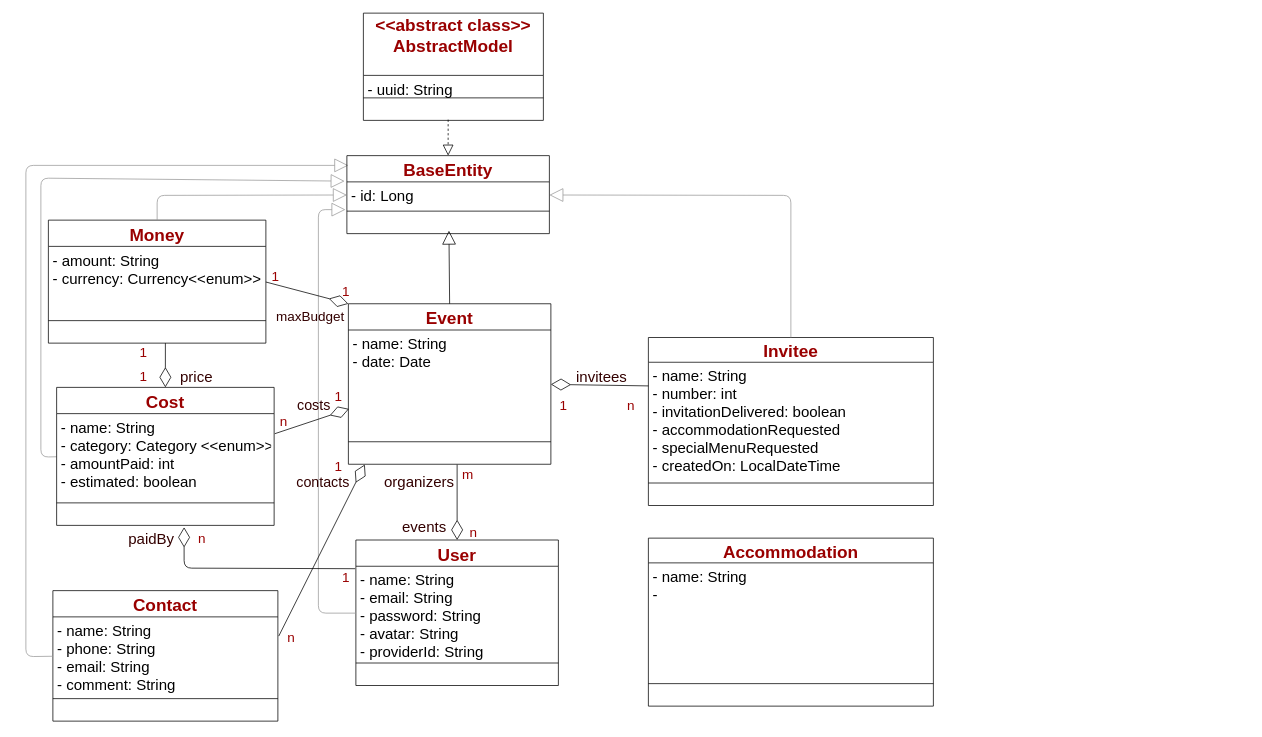
Before: szervezor_class_diagram.drawio in tbkincso/SoftEng, a draw.io diagram. Source tidied: cells renumbered, new cells numbered last; positions are measured from the earlier drawing's top-left corner, leaving out a move shared by most shapes. Both pictures are drawn from the tidied source at 75%, with x=0, y=0 at pixel (26, 13).
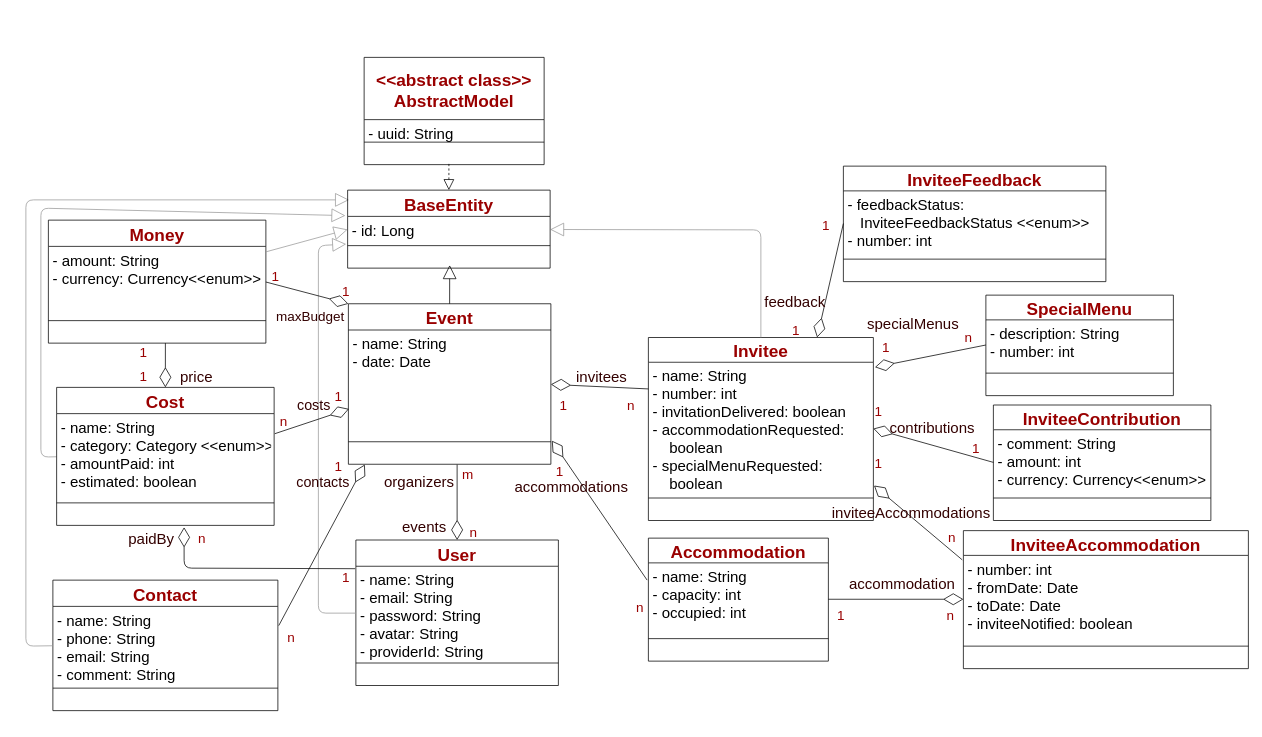
The same diagram, later.

Unchanged cells that the change refers to:
```xml
<mxCell id="7" value="- name: String&#10;- date: Date&#10;" style="text;strokeColor=none;fillColor=none;align=left;verticalAlign=top;spacingLeft=4;spacingRight=4;overflow=hidden;points=[[0,0.5],[1,0.5]];portConstraint=eastwest;fontSize=20;" parent="6" vertex="1">
  <mxGeometry y="35" width="270" height="145" as="geometry" />
</mxCell>
<mxCell id="10" value="Money" style="swimlane;fontStyle=1;align=center;verticalAlign=middle;horizontal=1;startSize=35;swimlaneFillColor=#ffffff;strokeColor=#000000;strokeWidth=1;fillColor=none;fontSize=23;fontColor=#990000;perimeterSpacing=0;" parent="1" vertex="1">
  <mxGeometry x="30" y="276" width="290" height="164" as="geometry" />
</mxCell>
<mxCell id="15" value="- name: String&#10;- phone: String&#10;- email: String&#10;- comment: String&#10;" style="text;strokeColor=none;fillColor=none;align=left;verticalAlign=top;spacingLeft=4;spacingRight=4;overflow=hidden;points=[[0,0.5],[1,0.5]];portConstraint=eastwest;fontSize=20;" parent="14" vertex="1">
  <mxGeometry y="35" width="300" height="105" as="geometry" />
</mxCell>
<mxCell id="30" value="- name: String&#10;- email: String&#10;- password: String&#10;- avatar: String&#10;- providerId: String" style="text;strokeColor=none;fillColor=none;align=left;verticalAlign=top;spacingLeft=4;spacingRight=4;overflow=hidden;points=[[0,0.5],[1,0.5]];portConstraint=eastwest;fontSize=20;" parent="29" vertex="1">
  <mxGeometry y="35" width="270" height="125" as="geometry" />
</mxCell>
<mxCell id="42" value="- id: Long" style="text;strokeColor=none;fillColor=none;align=left;verticalAlign=top;spacingLeft=4;spacingRight=4;overflow=hidden;points=[[0,0.5],[1,0.5]];portConstraint=eastwest;fontSize=20;" parent="41" vertex="1">
  <mxGeometry y="35" width="270" height="35" as="geometry" />
</mxCell>
<mxCell id="53" value="- name: String&#10;- category: Category &lt;&lt;enum&gt;&gt;&#10;- amountPaid: int&#10;- estimated: boolean&#10;" style="text;strokeColor=none;fillColor=none;align=left;verticalAlign=top;spacingLeft=4;spacingRight=4;overflow=hidden;points=[[0,0.5],[1,0.5]];portConstraint=eastwest;fontSize=20;" parent="52" vertex="1">
  <mxGeometry y="35" width="290" height="115" as="geometry" />
</mxCell>
```

The edit, as a diff of the source:
```diff
@@
     <mxCell id="2" value="Invitee" style="swimlane;fontStyle=1;align=center;verticalAlign=middle;horizontal=1;startSize=33;swimlaneFillColor=#ffffff;strokeColor=#000000;strokeWidth=1;fillColor=none;fontSize=23;fontColor=#990000;perimeterSpacing=0;" parent="1" vertex="1">
-      <mxGeometry x="830" y="432.5" width="380" height="224" as="geometry" />
+      <mxGeometry x="830" y="432.5" width="300" height="244" as="geometry" />
     </mxCell>
-    <mxCell id="3" value="- name: String&#10;- number: int&#10;- invitationDelivered: boolean&#10;- accommodationRequested&#10;- specialMenuRequested&#10;- createdOn: LocalDateTime" style="text;strokeColor=none;fillColor=none;align=left;verticalAlign=top;spacingLeft=4;spacingRight=4;overflow=hidden;points=[[0,0.5],[1,0.5]];portConstraint=eastwest;fontSize=20;" parent="2" vertex="1">
-      <mxGeometry y="33" width="380" height="157" as="geometry" />
+    <mxCell id="3" value="- name: String&#10;- number: int&#10;- invitationDelivered: boolean&#10;- accommodationRequested:&#10;    boolean&#10;- specialMenuRequested: &#10;    boolean&#10;" style="text;strokeColor=none;fillColor=none;align=left;verticalAlign=top;spacingLeft=4;spacingRight=4;overflow=hidden;points=[[0,0.5],[1,0.5]];portConstraint=eastwest;fontSize=20;" parent="2" vertex="1">
+      <mxGeometry y="33" width="300" height="177" as="geometry" />
     </mxCell>
     <mxCell id="4" style="line;strokeWidth=1;fillColor=none;align=left;verticalAlign=middle;spacingTop=-1;spacingLeft=3;spacingRight=3;labelPosition=right;" parent="2" vertex="1">
-      <mxGeometry y="190" width="380" height="8" as="geometry" />
+      <mxGeometry y="210" width="300" height="8" as="geometry" />
     </mxCell>
     <mxCell id="5" value=" " style="text;strokeColor=none;fillColor=none;align=left;verticalAlign=top;spacingLeft=4;spacingRight=4;overflow=hidden;" parent="2" vertex="1">
-      <mxGeometry y="198" width="380" height="26" as="geometry" />
+      <mxGeometry y="218" width="300" height="26" as="geometry" />
     </mxCell>
@@
     <mxCell id="14" value="Contact" style="swimlane;fontStyle=1;align=center;verticalAlign=middle;horizontal=1;startSize=35;swimlaneFillColor=#ffffff;strokeColor=#000000;strokeWidth=1;fillColor=none;fontSize=23;fontColor=#990000;perimeterSpacing=0;" parent="1" vertex="1">
-      <mxGeometry x="36" y="770" width="300" height="174" as="geometry" />
+      <mxGeometry x="36" y="756" width="300" height="174" as="geometry" />
     </mxCell>
@@
     <mxCell id="18" style="endArrow=block;endSize=16;endFill=0;html=1;fontSize=16;fontColor=#990000;exitX=0.5;exitY=0;entryX=1;entryY=0.5;entryDx=0;entryDy=0;strokeColor=#999999;" parent="1" edge="1" source="2" target="42">
       <mxGeometry relative="1" as="geometry">
         <Array as="points">
-          <mxPoint x="1020" y="243" />
+          <mxPoint x="980" y="289" />
         </Array>
       </mxGeometry>
     </mxCell>
-    <mxCell id="19" style="endArrow=block;endSize=16;endFill=0;html=1;fontSize=16;fontColor=#990000;exitX=0.5;exitY=0;entryX=0;entryY=0.5;entryDx=0;entryDy=0;strokeColor=#999999;" parent="1" edge="1" source="10" target="42">
-      <mxGeometry relative="1" as="geometry">
-        <Array as="points">
-          <mxPoint x="175" y="243" />
-        </Array>
-      </mxGeometry>
+    <mxCell id="19" style="endArrow=block;endSize=16;endFill=0;html=1;fontSize=16;fontColor=#990000;entryX=0;entryY=0.5;entryDx=0;entryDy=0;strokeColor=#999999;" parent="1" edge="1" source="10" target="42">
+      <mxGeometry relative="1" as="geometry" />
     </mxCell>
     <mxCell id="20" style="endArrow=block;endSize=16;endFill=0;html=1;fontSize=16;fontColor=#990000;entryX=-0.011;entryY=0.327;exitX=0;exitY=0.5;entryDx=0;entryDy=0;entryPerimeter=0;strokeColor=#999999;exitDx=0;exitDy=0;" parent="1" edge="1" source="53" target="41">
       <mxGeometry relative="1" as="geometry">
         <Array as="points">
           <mxPoint x="20" y="592" />
-          <mxPoint x="20" y="220" />
+          <mxPoint x="20" y="260" />
         </Array>
       </mxGeometry>
     </mxCell>
     <mxCell id="21" style="endArrow=block;endSize=16;endFill=0;html=1;fontSize=16;fontColor=#990000;exitX=0;exitY=0.5;entryX=0.007;entryY=0.125;entryDx=0;entryDy=0;entryPerimeter=0;strokeColor=#999999;" parent="1" edge="1" source="15" target="41">
       <mxGeometry relative="1" as="geometry">
         <Array as="points">
-          <mxPoint y="858" />
-          <mxPoint y="203" />
+          <mxPoint y="844" />
+          <mxPoint y="249" />
         </Array>
       </mxGeometry>
     </mxCell>
@@
-    <mxCell id="37" value="&lt;&lt;abstract class&gt;&gt;&#10;AbstractModel&#10;" style="swimlane;fontStyle=1;align=center;verticalAlign=middle;horizontal=1;startSize=83;swimlaneFillColor=#ffffff;strokeColor=#000000;strokeWidth=1;fillColor=none;fontSize=23;fontColor=#990000;perimeterSpacing=0;" parent="1" vertex="1">
-      <mxGeometry x="450" width="240" height="143" as="geometry" />
+    <mxCell id="37" value="&lt;&lt;abstract class&gt;&gt;&#10;AbstractModel" style="swimlane;fontStyle=1;align=center;verticalAlign=middle;horizontal=1;startSize=83;swimlaneFillColor=#ffffff;strokeColor=#000000;strokeWidth=1;fillColor=none;fontSize=23;fontColor=#990000;perimeterSpacing=0;" parent="1" vertex="1">
+      <mxGeometry x="451" y="59" width="240" height="143" as="geometry" />
     </mxCell>
@@
     <mxCell id="41" value="BaseEntity" style="swimlane;fontStyle=1;align=center;verticalAlign=middle;horizontal=1;startSize=35;swimlaneFillColor=#ffffff;strokeColor=#000000;strokeWidth=1;fillColor=none;fontSize=23;fontColor=#990000;perimeterSpacing=0;" parent="1" vertex="1">
-      <mxGeometry x="428" y="190" width="270" height="104" as="geometry" />
+      <mxGeometry x="429" y="236" width="270" height="104" as="geometry" />
     </mxCell>
@@
     <mxCell id="47" style="endArrow=block;endSize=16;endFill=0;html=1;fontSize=20;exitX=0;exitY=0.5;exitDx=0;exitDy=0;entryX=-0.007;entryY=1.057;entryDx=0;entryDy=0;entryPerimeter=0;strokeColor=#999999;" parent="1" edge="1" source="30" target="42">
       <mxGeometry relative="1" as="geometry">
         <Array as="points">
           <mxPoint x="390" y="800" />
-          <mxPoint x="390" y="262" />
+          <mxPoint x="390" y="310" />
         </Array>
       </mxGeometry>
     </mxCell>
     <mxCell id="48" value="Accommodation" style="swimlane;fontStyle=1;align=center;verticalAlign=middle;horizontal=1;startSize=33;swimlaneFillColor=#ffffff;strokeColor=#000000;strokeWidth=1;fillColor=none;fontSize=23;fontColor=#990000;perimeterSpacing=0;" parent="1" vertex="1">
-      <mxGeometry x="830" y="700" width="380" height="224" as="geometry" />
+      <mxGeometry x="830" y="700" width="240" height="164" as="geometry" />
     </mxCell>
-    <mxCell id="49" value="- name: String&#10;- " style="text;strokeColor=none;fillColor=none;align=left;verticalAlign=top;spacingLeft=4;spacingRight=4;overflow=hidden;points=[[0,0.5],[1,0.5]];portConstraint=eastwest;fontSize=20;" parent="48" vertex="1">
-      <mxGeometry y="33" width="380" height="157" as="geometry" />
+    <mxCell id="49" value="- name: String&#10;- capacity: int&#10;- occupied: int" style="text;strokeColor=none;fillColor=none;align=left;verticalAlign=top;spacingLeft=4;spacingRight=4;overflow=hidden;points=[[0,0.5],[1,0.5]];portConstraint=eastwest;fontSize=20;" parent="48" vertex="1">
+      <mxGeometry y="33" width="240" height="97" as="geometry" />
     </mxCell>
     <mxCell id="50" style="line;strokeWidth=1;fillColor=none;align=left;verticalAlign=middle;spacingTop=-1;spacingLeft=3;spacingRight=3;labelPosition=right;" parent="48" vertex="1">
-      <mxGeometry y="190" width="380" height="8" as="geometry" />
+      <mxGeometry y="130" width="240" height="8" as="geometry" />
     </mxCell>
     <mxCell id="51" value=" " style="text;strokeColor=none;fillColor=none;align=left;verticalAlign=top;spacingLeft=4;spacingRight=4;overflow=hidden;" parent="48" vertex="1">
-      <mxGeometry y="198" width="380" height="26" as="geometry" />
+      <mxGeometry y="138" width="240" height="26" as="geometry" />
     </mxCell>
@@
+    <mxCell id="74" style="endArrow=diamondThin;endFill=0;endSize=24;html=1;fontSize=18;fontColor=#990000;entryX=1.005;entryY=1.018;entryDx=0;entryDy=0;entryPerimeter=0;exitX=-0.007;exitY=0.237;exitDx=0;exitDy=0;exitPerimeter=0;" parent="1" edge="1" source="49" target="7">
+      <mxGeometry relative="1" as="geometry" />
+    </mxCell>
+    <mxCell id="75" value="1" style="text;html=1;align=left;verticalAlign=top;spacingTop=-4;fontSize=18;fontColor=#990000;" parent="1" vertex="1">
+      <mxGeometry x="705" y="598.5" width="30" height="20" as="geometry" />
+    </mxCell>
+    <mxCell id="76" value="n" style="text;html=1;align=left;verticalAlign=top;spacingTop=-4;fontSize=18;fontColor=#990000;" parent="1" vertex="1">
+      <mxGeometry x="812" y="780" width="30" height="20" as="geometry" />
+    </mxCell>
+    <mxCell id="77" value="&lt;font color=&quot;#330000&quot; style=&quot;font-size: 20px&quot;&gt;accommodations&lt;/font&gt;" style="text;html=1;align=left;verticalAlign=top;spacingTop=-4;fontSize=18;fontColor=#990000;" parent="1" vertex="1">
+      <mxGeometry x="650" y="616.5" width="170" height="20" as="geometry" />
+    </mxCell>
+    <mxCell id="78" value="InviteeFeedback" style="swimlane;fontStyle=1;align=center;verticalAlign=middle;horizontal=1;startSize=33;swimlaneFillColor=#ffffff;strokeColor=#000000;strokeWidth=1;fillColor=none;fontSize=23;fontColor=#990000;perimeterSpacing=0;" parent="1" vertex="1">
+      <mxGeometry x="1090" y="204" width="350" height="154" as="geometry" />
+    </mxCell>
+    <mxCell id="79" value="- feedbackStatus: &#10;   InviteeFeedbackStatus &lt;&lt;enum&gt;&gt;&#10;- number: int" style="text;strokeColor=none;fillColor=none;align=left;verticalAlign=top;spacingLeft=4;spacingRight=4;overflow=hidden;points=[[0,0.5],[1,0.5]];portConstraint=eastwest;fontSize=20;" parent="78" vertex="1">
+      <mxGeometry y="33" width="350" height="87" as="geometry" />
+    </mxCell>
+    <mxCell id="80" style="line;strokeWidth=1;fillColor=none;align=left;verticalAlign=middle;spacingTop=-1;spacingLeft=3;spacingRight=3;labelPosition=right;" parent="78" vertex="1">
+      <mxGeometry y="120" width="350" height="8" as="geometry" />
+    </mxCell>
+    <mxCell id="81" value=" " style="text;strokeColor=none;fillColor=none;align=left;verticalAlign=top;spacingLeft=4;spacingRight=4;overflow=hidden;" parent="78" vertex="1">
+      <mxGeometry y="128" width="350" height="26" as="geometry" />
+    </mxCell>
+    <mxCell id="82" value="SpecialMenu" style="swimlane;fontStyle=1;align=center;verticalAlign=middle;horizontal=1;startSize=33;swimlaneFillColor=#ffffff;strokeColor=#000000;strokeWidth=1;fillColor=none;fontSize=23;fontColor=#990000;perimeterSpacing=0;" parent="1" vertex="1">
+      <mxGeometry x="1280" y="376" width="250" height="134" as="geometry" />
+    </mxCell>
+    <mxCell id="83" value="- description: String&#10;- number: int" style="text;strokeColor=none;fillColor=none;align=left;verticalAlign=top;spacingLeft=4;spacingRight=4;overflow=hidden;points=[[0,0.5],[1,0.5]];portConstraint=eastwest;fontSize=20;" parent="82" vertex="1">
+      <mxGeometry y="33" width="250" height="67" as="geometry" />
+    </mxCell>
+    <mxCell id="84" style="line;strokeWidth=1;fillColor=none;align=left;verticalAlign=middle;spacingTop=-1;spacingLeft=3;spacingRight=3;labelPosition=right;" parent="82" vertex="1">
+      <mxGeometry y="100" width="250" height="8" as="geometry" />
+    </mxCell>
+    <mxCell id="85" value=" " style="text;strokeColor=none;fillColor=none;align=left;verticalAlign=top;spacingLeft=4;spacingRight=4;overflow=hidden;" parent="82" vertex="1">
+      <mxGeometry y="108" width="250" height="26" as="geometry" />
+    </mxCell>
+    <mxCell id="86" value="InviteeAccommodation" style="swimlane;fontStyle=1;align=center;verticalAlign=middle;horizontal=1;startSize=33;swimlaneFillColor=#ffffff;strokeColor=#000000;strokeWidth=1;fillColor=none;fontSize=23;fontColor=#990000;perimeterSpacing=0;" parent="1" vertex="1">
+      <mxGeometry x="1250" y="690" width="380" height="184" as="geometry" />
+    </mxCell>
+    <mxCell id="87" value="- number: int&#10;- fromDate: Date&#10;- toDate: Date&#10;- inviteeNotified: boolean&#10;" style="text;strokeColor=none;fillColor=none;align=left;verticalAlign=top;spacingLeft=4;spacingRight=4;overflow=hidden;points=[[0,0.5],[1,0.5]];portConstraint=eastwest;fontSize=20;" parent="86" vertex="1">
+      <mxGeometry y="33" width="380" height="117" as="geometry" />
+    </mxCell>
+    <mxCell id="88" style="line;strokeWidth=1;fillColor=none;align=left;verticalAlign=middle;spacingTop=-1;spacingLeft=3;spacingRight=3;labelPosition=right;" parent="86" vertex="1">
+      <mxGeometry y="150" width="380" height="8" as="geometry" />
+    </mxCell>
+    <mxCell id="89" value=" " style="text;strokeColor=none;fillColor=none;align=left;verticalAlign=top;spacingLeft=4;spacingRight=4;overflow=hidden;" parent="86" vertex="1">
+      <mxGeometry y="158" width="380" height="26" as="geometry" />
+    </mxCell>
+    <mxCell id="90" style="endArrow=diamondThin;endFill=0;endSize=24;html=1;fontSize=18;fontColor=#990000;exitX=1;exitY=0.5;exitDx=0;exitDy=0;entryX=0;entryY=0.5;entryDx=0;entryDy=0;" parent="1" edge="1" source="49" target="87">
+      <mxGeometry relative="1" as="geometry" />
+    </mxCell>
+    <mxCell id="91" value="&lt;font color=&quot;#330000&quot; style=&quot;font-size: 20px&quot;&gt;accommodation&lt;/font&gt;" style="text;html=1;align=left;verticalAlign=top;spacingTop=-4;fontSize=18;fontColor=#990000;" parent="1" vertex="1">
+      <mxGeometry x="1096" y="746" width="160" height="20" as="geometry" />
+    </mxCell>
+    <mxCell id="92" value="n" style="text;html=1;align=left;verticalAlign=top;spacingTop=-4;fontSize=18;fontColor=#990000;" parent="1" vertex="1">
+      <mxGeometry x="1226" y="790" width="30" height="20" as="geometry" />
+    </mxCell>
+    <mxCell id="93" value="1" style="text;html=1;align=left;verticalAlign=top;spacingTop=-4;fontSize=18;fontColor=#990000;" parent="1" vertex="1">
+      <mxGeometry x="1080" y="789.5" width="30" height="20" as="geometry" />
+    </mxCell>
+    <mxCell id="94" value="InviteeContribution" style="swimlane;fontStyle=1;align=center;verticalAlign=middle;horizontal=1;startSize=33;swimlaneFillColor=#ffffff;strokeColor=#000000;strokeWidth=1;fillColor=none;fontSize=23;fontColor=#990000;perimeterSpacing=0;" parent="1" vertex="1">
+      <mxGeometry x="1290" y="522.5" width="290" height="154" as="geometry" />
+    </mxCell>
+    <mxCell id="95" value="- comment: String&#10;- amount: int&#10;- currency: Currency&lt;&lt;enum&gt;&gt;" style="text;strokeColor=none;fillColor=none;align=left;verticalAlign=top;spacingLeft=4;spacingRight=4;overflow=hidden;points=[[0,0.5],[1,0.5]];portConstraint=eastwest;fontSize=20;" parent="94" vertex="1">
+      <mxGeometry y="33" width="290" height="87" as="geometry" />
+    </mxCell>
+    <mxCell id="96" style="line;strokeWidth=1;fillColor=none;align=left;verticalAlign=middle;spacingTop=-1;spacingLeft=3;spacingRight=3;labelPosition=right;" parent="94" vertex="1">
+      <mxGeometry y="120" width="290" height="8" as="geometry" />
+    </mxCell>
+    <mxCell id="97" value=" " style="text;strokeColor=none;fillColor=none;align=left;verticalAlign=top;spacingLeft=4;spacingRight=4;overflow=hidden;" parent="94" vertex="1">
+      <mxGeometry y="128" width="290" height="26" as="geometry" />
+    </mxCell>
+    <mxCell id="98" style="endArrow=diamondThin;endFill=0;endSize=24;html=1;fontSize=18;fontColor=#990000;entryX=0.75;entryY=0;exitX=0;exitY=0.5;entryDx=0;entryDy=0;exitDx=0;exitDy=0;" parent="1" edge="1" source="79" target="2">
+      <mxGeometry relative="1" as="geometry" />
+    </mxCell>
+    <mxCell id="99" style="endArrow=diamondThin;endFill=0;endSize=24;html=1;fontSize=18;fontColor=#990000;entryX=1.007;entryY=0.037;exitX=0;exitY=0.5;entryDx=0;entryDy=0;exitDx=0;exitDy=0;entryPerimeter=0;" parent="1" edge="1" source="83" target="3">
+      <mxGeometry relative="1" as="geometry" />
+    </mxCell>
+    <mxCell id="100" style="endArrow=diamondThin;endFill=0;endSize=24;html=1;fontSize=18;fontColor=#990000;entryX=1;entryY=0.5;exitX=0;exitY=0.5;entryDx=0;entryDy=0;exitDx=0;exitDy=0;" parent="1" edge="1" source="95" target="3">
+      <mxGeometry relative="1" as="geometry" />
+    </mxCell>
+    <mxCell id="101" style="endArrow=diamondThin;endFill=0;endSize=24;html=1;fontSize=18;fontColor=#990000;entryX=1.003;entryY=0.929;exitX=-0.004;exitY=0.051;entryDx=0;entryDy=0;exitDx=0;exitDy=0;entryPerimeter=0;exitPerimeter=0;" parent="1" edge="1" source="87" target="3">
+      <mxGeometry relative="1" as="geometry" />
+    </mxCell>
+    <mxCell id="102" value="1" style="text;html=1;align=left;verticalAlign=top;spacingTop=-4;fontSize=18;fontColor=#990000;" parent="1" vertex="1">
+      <mxGeometry x="1020" y="410" width="30" height="20" as="geometry" />
+    </mxCell>
+    <mxCell id="103" value="1" style="text;html=1;align=left;verticalAlign=top;spacingTop=-4;fontSize=18;fontColor=#990000;" parent="1" vertex="1">
+      <mxGeometry x="1060" y="271" width="30" height="20" as="geometry" />
+    </mxCell>
+    <mxCell id="104" value="1" style="text;html=1;align=left;verticalAlign=top;spacingTop=-4;fontSize=18;fontColor=#990000;" parent="1" vertex="1">
+      <mxGeometry x="1130" y="517.5" width="30" height="20" as="geometry" />
+    </mxCell>
+    <mxCell id="105" value="1" style="text;html=1;align=left;verticalAlign=top;spacingTop=-4;fontSize=18;fontColor=#990000;" parent="1" vertex="1">
+      <mxGeometry x="1260" y="567.5" width="30" height="20" as="geometry" />
+    </mxCell>
+    <mxCell id="106" value="1" style="text;html=1;align=left;verticalAlign=top;spacingTop=-4;fontSize=18;fontColor=#990000;" parent="1" vertex="1">
+      <mxGeometry x="1140" y="433" width="30" height="20" as="geometry" />
+    </mxCell>
+    <mxCell id="107" value="1" style="text;html=1;align=left;verticalAlign=top;spacingTop=-4;fontSize=18;fontColor=#990000;" parent="1" vertex="1">
+      <mxGeometry x="1130" y="587.5" width="30" height="20" as="geometry" />
+    </mxCell>
+    <mxCell id="108" value="n" style="text;html=1;align=left;verticalAlign=top;spacingTop=-4;fontSize=18;fontColor=#990000;" parent="1" vertex="1">
+      <mxGeometry x="1250" y="420" width="30" height="20" as="geometry" />
+    </mxCell>
+    <mxCell id="109" value="n" style="text;html=1;align=left;verticalAlign=top;spacingTop=-4;fontSize=18;fontColor=#990000;" parent="1" vertex="1">
+      <mxGeometry x="1228" y="686" width="30" height="20" as="geometry" />
+    </mxCell>
+    <mxCell id="110" value="&lt;font color=&quot;#330000&quot; style=&quot;font-size: 20px&quot;&gt;specialMenus&lt;/font&gt;" style="text;html=1;align=left;verticalAlign=top;spacingTop=-4;fontSize=18;fontColor=#990000;" parent="1" vertex="1">
+      <mxGeometry x="1120" y="400" width="140" height="20" as="geometry" />
+    </mxCell>
+    <mxCell id="111" value="&lt;font color=&quot;#330000&quot; style=&quot;font-size: 20px&quot;&gt;feedback&lt;/font&gt;" style="text;html=1;align=left;verticalAlign=top;spacingTop=-4;fontSize=18;fontColor=#990000;" parent="1" vertex="1">
+      <mxGeometry x="983" y="370" width="100" height="20" as="geometry" />
+    </mxCell>
+    <mxCell id="112" value="&lt;font color=&quot;#330000&quot; style=&quot;font-size: 20px&quot;&gt;contributions&lt;/font&gt;" style="text;html=1;align=left;verticalAlign=top;spacingTop=-4;fontSize=18;fontColor=#990000;" parent="1" vertex="1">
+      <mxGeometry x="1150" y="537.5" width="130" height="20" as="geometry" />
+    </mxCell>
+    <mxCell id="113" value="&lt;font color=&quot;#330000&quot;&gt;&lt;span style=&quot;font-size: 20px&quot;&gt;inviteeAccommodations&lt;/span&gt;&lt;/font&gt;" style="text;html=1;align=left;verticalAlign=top;spacingTop=-4;fontSize=18;fontColor=#990000;" parent="1" vertex="1">
+      <mxGeometry x="1073" y="651.5" width="230" height="20" as="geometry" />
+    </mxCell>
```
